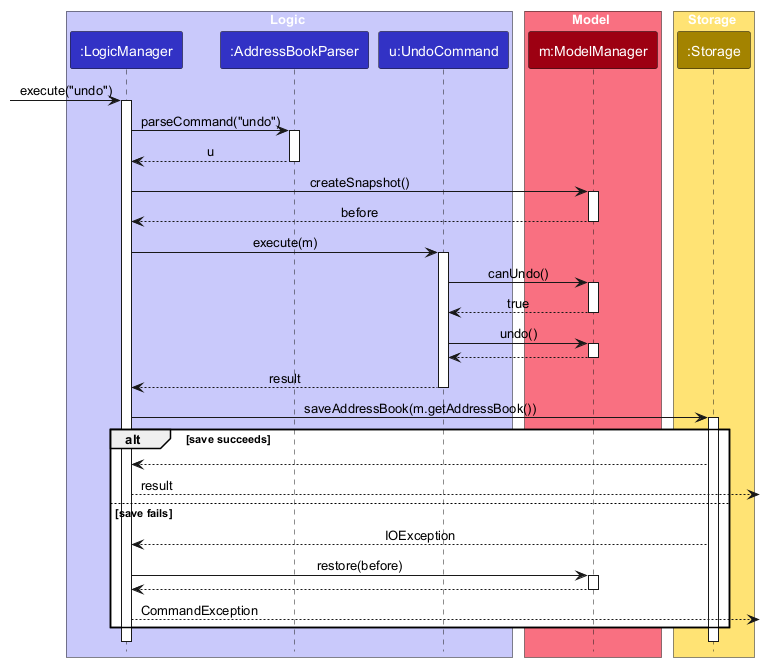
The PlantUML diagram docs/images/UndoSequenceDiagram-Logic.png in AY2627S1-CS2103T-W12-2/tp, before a commit. The source it was exported from:
```plantuml
@startuml
!include style.puml
skinparam ArrowFontStyle plain

box Logic LOGIC_COLOR_T1
participant ":LogicManager" as LogicManager LOGIC_COLOR
participant ":AddressBookParser" as Parser LOGIC_COLOR
participant "u:UndoCommand" as UndoCommand LOGIC_COLOR
end box

box Model MODEL_COLOR_T1
participant "m:ModelManager" as Model MODEL_COLOR
end box

box Storage STORAGE_COLOR_T1
participant ":Storage" as Storage STORAGE_COLOR
end box

[-> LogicManager : execute("undo")
activate LogicManager
LogicManager -> Parser : parseCommand("undo")
activate Parser
Parser --> LogicManager : u
deactivate Parser
LogicManager -> Model : createSnapshot()
activate Model
Model --> LogicManager : before
deactivate Model
LogicManager -> UndoCommand : execute(m)
activate UndoCommand
UndoCommand -> Model : canUndo()
activate Model
Model --> UndoCommand : true
deactivate Model
UndoCommand -> Model : undo()
activate Model
Model --> UndoCommand
deactivate Model
UndoCommand --> LogicManager : result
deactivate UndoCommand
LogicManager -> Storage : saveAddressBook(m.getAddressBook())
activate Storage
alt save succeeds
    Storage --> LogicManager
    LogicManager -->] : result
else save fails
    Storage --> LogicManager : IOException
    LogicManager -> Model : restore(before)
    activate Model
    Model --> LogicManager
    deactivate Model
    LogicManager -->] : CommandException
end
deactivate Storage
deactivate LogicManager
@enduml
```
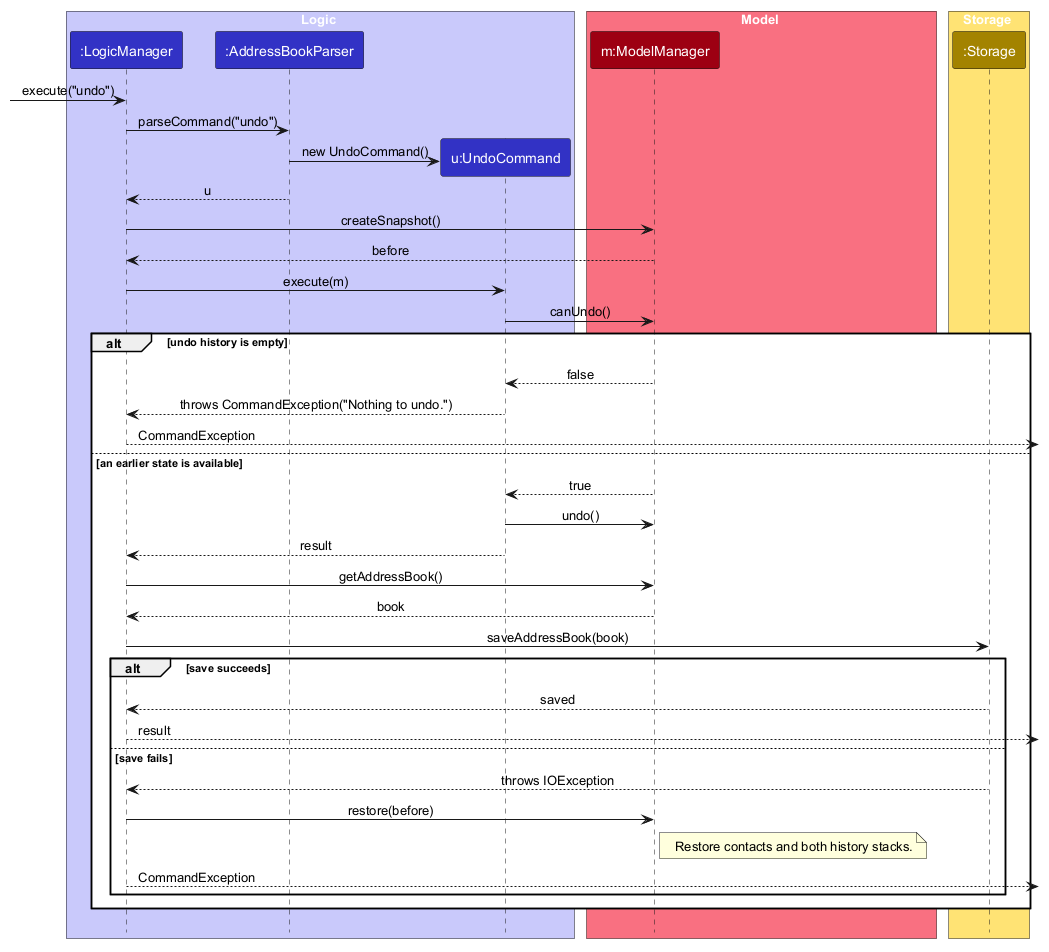
Above is the later version.

Diff of the diagram source:
```diff
@@ -17,40 +17,35 @@
 end box
 
 [-> LogicManager : execute("undo")
-activate LogicManager
 LogicManager -> Parser : parseCommand("undo")
-activate Parser
+create UndoCommand
+Parser -> UndoCommand : new UndoCommand()
 Parser --> LogicManager : u
-deactivate Parser
 LogicManager -> Model : createSnapshot()
-activate Model
 Model --> LogicManager : before
-deactivate Model
 LogicManager -> UndoCommand : execute(m)
-activate UndoCommand
 UndoCommand -> Model : canUndo()
-activate Model
-Model --> UndoCommand : true
-deactivate Model
-UndoCommand -> Model : undo()
-activate Model
-Model --> UndoCommand
-deactivate Model
-UndoCommand --> LogicManager : result
-deactivate UndoCommand
-LogicManager -> Storage : saveAddressBook(m.getAddressBook())
-activate Storage
-alt save succeeds
-    Storage --> LogicManager
-    LogicManager -->] : result
-else save fails
-    Storage --> LogicManager : IOException
-    LogicManager -> Model : restore(before)
-    activate Model
-    Model --> LogicManager
-    deactivate Model
+
+alt undo history is empty
+    Model --> UndoCommand : false
+    UndoCommand --> LogicManager : throws CommandException("Nothing to undo.")
     LogicManager -->] : CommandException
+else an earlier state is available
+    Model --> UndoCommand : true
+    UndoCommand -> Model : undo()
+    UndoCommand --> LogicManager : result
+    LogicManager -> Model : getAddressBook()
+    Model --> LogicManager : book
+    LogicManager -> Storage : saveAddressBook(book)
+    alt save succeeds
+        Storage --> LogicManager : saved
+        LogicManager -->] : result
+    else save fails
+        Storage --> LogicManager : throws IOException
+        LogicManager -> Model : restore(before)
+        note right of Model : Restore contacts and both history stacks.
+        LogicManager -->] : CommandException
+    end
 end
-deactivate Storage
-deactivate LogicManager
+
 @enduml
```
